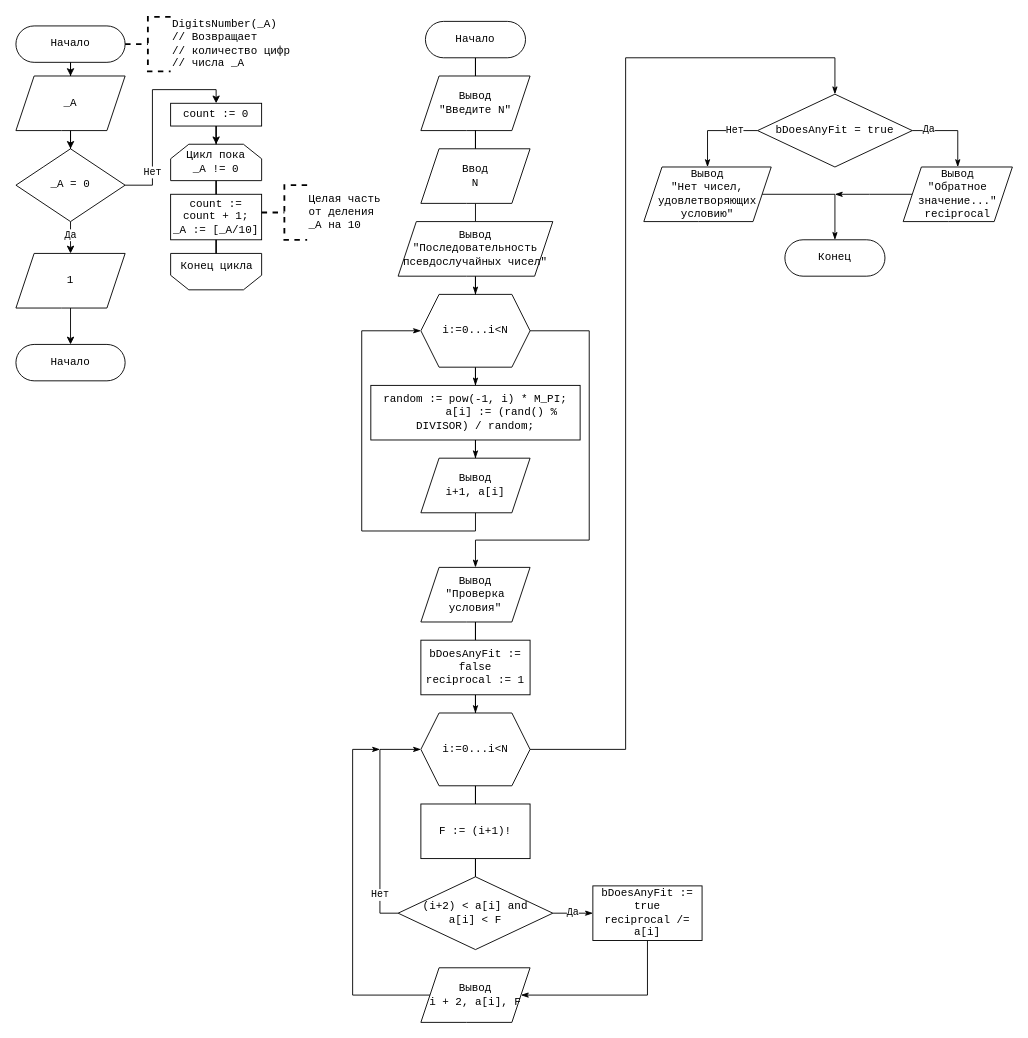
The draw.io diagram lab_06_diagram.drawio in 4gottendreamer/Diagrams-drawio, before the edit. Source tidied: cells renumbered, new cells numbered last; positions are measured from the earlier drawing's top-left corner, leaving out a move shared by most shapes. Both pictures are drawn from the tidied source at 91%, with x=0, y=0 at pixel (15, 16).
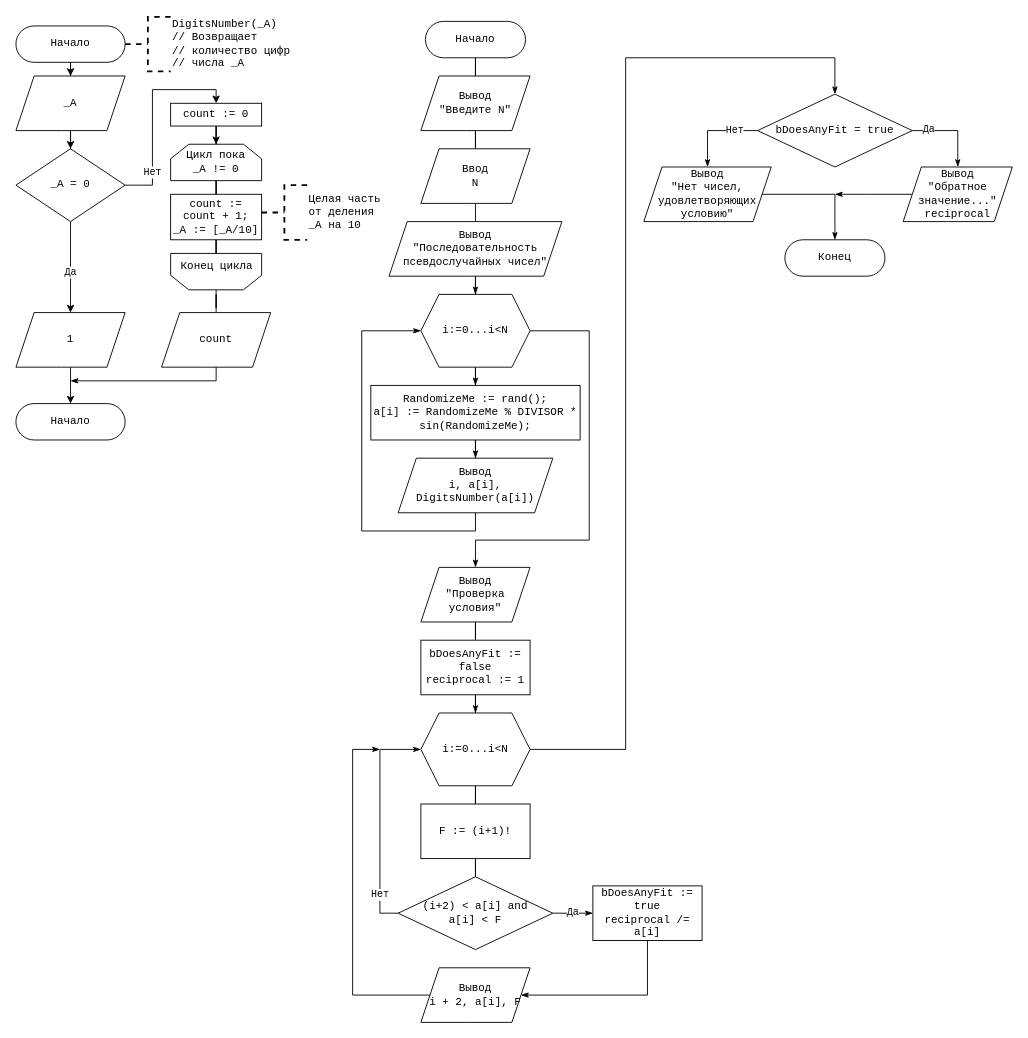
The same diagram, later.

The change refers to these unchanged cells:
```xml
<mxCell id="61" value="&lt;div&gt;Конец цикла&lt;/div&gt;" style="shape=loopLimit;html=1;rounded=0;fontFamily=Consolas;arcSize=0;rotation=0;movableLabel=1;comic=0;direction=west;flipH=0;flipV=0;verticalAlign=top;horizontal=1;whiteSpace=wrap;sketch=0;noLabel=0;overflow=visible;align=center;" parent="1" vertex="1">
  <mxGeometry x="170" y="260" width="100" height="40" as="geometry">
    <mxPoint x="1" y="1" as="offset" />
  </mxGeometry>
</mxCell>
```

Change to the diagram source:
```diff
@@
-    <mxCell id="17" value="random := pow(-1, i) * M_PI;&lt;br&gt;&amp;nbsp;&amp;nbsp;&amp;nbsp;&amp;nbsp;&amp;nbsp;&amp;nbsp;&amp;nbsp; a[i] := (rand() % DIVISOR) / random;" style="whiteSpace=wrap;html=1;strokeWidth=1;fontFamily=Consolas;" parent="1" vertex="1">
+    <mxCell id="17" value="&lt;div&gt;RandomizeMe := rand();&lt;br&gt;&lt;/div&gt;&lt;div&gt;a[i] := RandomizeMe % DIVISOR * sin(RandomizeMe);&lt;/div&gt;" style="whiteSpace=wrap;html=1;strokeWidth=1;fontFamily=Consolas;" parent="1" vertex="1">
       <mxGeometry x="390" y="405" width="230" height="60" as="geometry" />
     </mxCell>
@@
-    <mxCell id="19" value="&lt;div&gt;Вывод&lt;/div&gt;&lt;div&gt;i+1, a[i]&lt;br&gt;&lt;/div&gt;" style="shape=parallelogram;perimeter=parallelogramPerimeter;whiteSpace=wrap;html=1;fixedSize=1;strokeWidth=1;fontFamily=Consolas;" parent="1" vertex="1">
-      <mxGeometry x="445" y="485" width="120" height="60" as="geometry" />
+    <mxCell id="19" value="&lt;div&gt;Вывод&lt;/div&gt;&lt;div&gt;i, a[i], DigitsNumber(a[i])&lt;/div&gt;" style="shape=parallelogram;perimeter=parallelogramPerimeter;whiteSpace=wrap;html=1;fixedSize=1;strokeWidth=1;fontFamily=Consolas;" parent="1" vertex="1">
+      <mxGeometry x="420" y="485" width="170" height="60" as="geometry" />
     </mxCell>
@@
     <mxCell id="21" value="&lt;div&gt;Вывод&lt;/div&gt;&lt;div&gt;&quot;Последовательность&lt;/div&gt;&lt;div&gt;псевдослучайных чисел&quot;&lt;br&gt;&lt;/div&gt;" style="shape=parallelogram;perimeter=parallelogramPerimeter;whiteSpace=wrap;html=1;fixedSize=1;rounded=1;arcSize=0;fontFamily=Consolas;" parent="1" vertex="1">
-      <mxGeometry x="420" y="225" width="170" height="60" as="geometry" />
+      <mxGeometry x="410" y="225" width="190" height="60" as="geometry" />
     </mxCell>
@@
     <mxCell id="50" value="1" style="shape=parallelogram;perimeter=parallelogramPerimeter;whiteSpace=wrap;html=1;fixedSize=1;rounded=1;fontFamily=Consolas;arcSize=0;" parent="1" vertex="1">
-      <mxGeometry y="260" width="120" height="60" as="geometry" />
+      <mxGeometry y="325" width="120" height="60" as="geometry" />
     </mxCell>
     <mxCell id="51" value="&lt;div&gt;Начало&lt;/div&gt;" style="rounded=1;whiteSpace=wrap;html=1;arcSize=50;fontFamily=Consolas;" parent="1" vertex="1">
-      <mxGeometry y="360" width="120" height="40" as="geometry" />
+      <mxGeometry y="425" width="120" height="40" as="geometry" />
     </mxCell>
@@
+    <mxCell id="62" style="edgeStyle=orthogonalEdgeStyle;rounded=0;jettySize=auto;html=1;endArrow=none;endFill=0;fontFamily=Consolas;" parent="1" edge="1" source="61" target="64">
+      <mxGeometry relative="1" as="geometry" />
+    </mxCell>
@@
+    <mxCell id="63" style="edgeStyle=orthogonalEdgeStyle;rounded=0;jettySize=auto;html=1;endArrow=classicThin;endFill=1;fontFamily=Consolas;" parent="1" edge="1" source="64">
+      <mxGeometry relative="1" as="geometry">
+        <mxPoint x="60" y="400" as="targetPoint" />
+        <Array as="points">
+          <mxPoint x="220" y="400" />
+        </Array>
+      </mxGeometry>
+    </mxCell>
+    <mxCell id="64" value="count" style="shape=parallelogram;perimeter=parallelogramPerimeter;whiteSpace=wrap;html=1;fixedSize=1;rounded=1;fontFamily=Consolas;arcSize=0;" parent="1" vertex="1">
+      <mxGeometry x="160" y="325" width="120" height="60" as="geometry" />
+    </mxCell>
```
